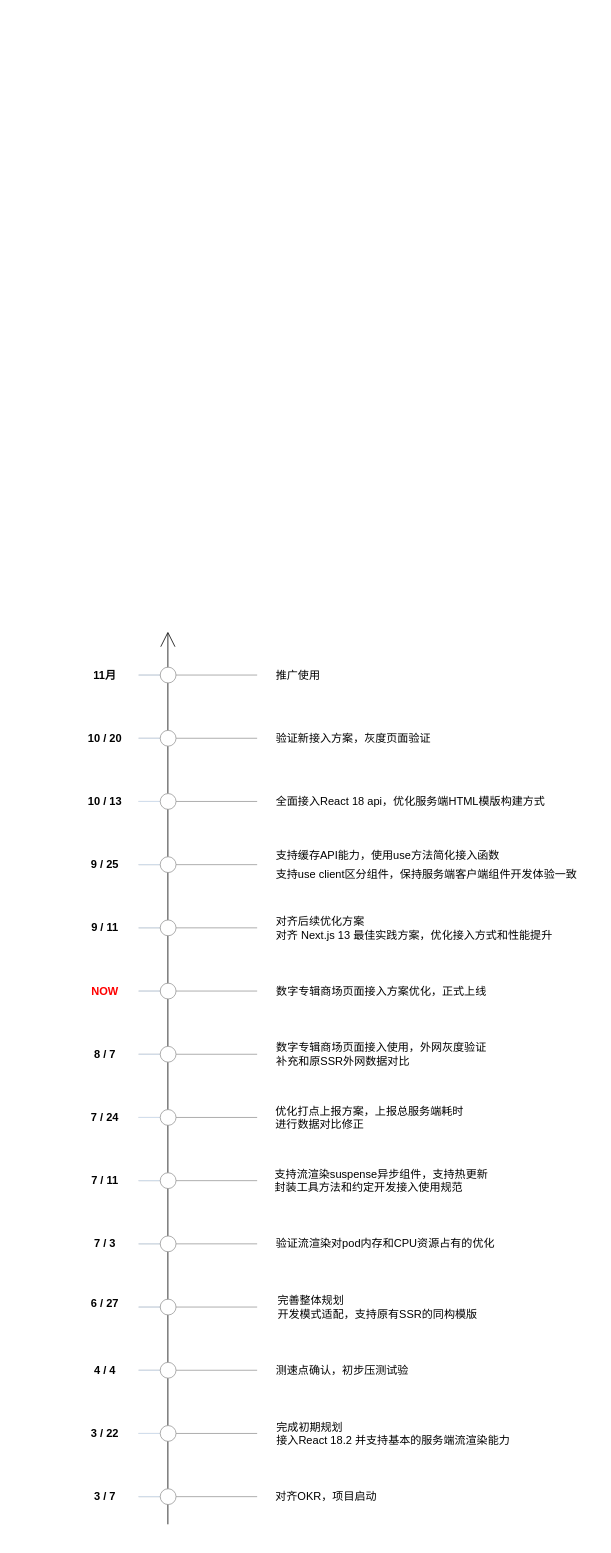
This is 流渲染里程碑.drawio from Alvabill/drawio, a draw.io file, before an edit. Source tidied: cells renumbered, new cells numbered last; positions are measured from the earlier drawing's top-left corner, leaving out a move shared by most shapes. Both pictures are drawn from the tidied source at 79%, with x=0, y=0 at pixel (77, 631).
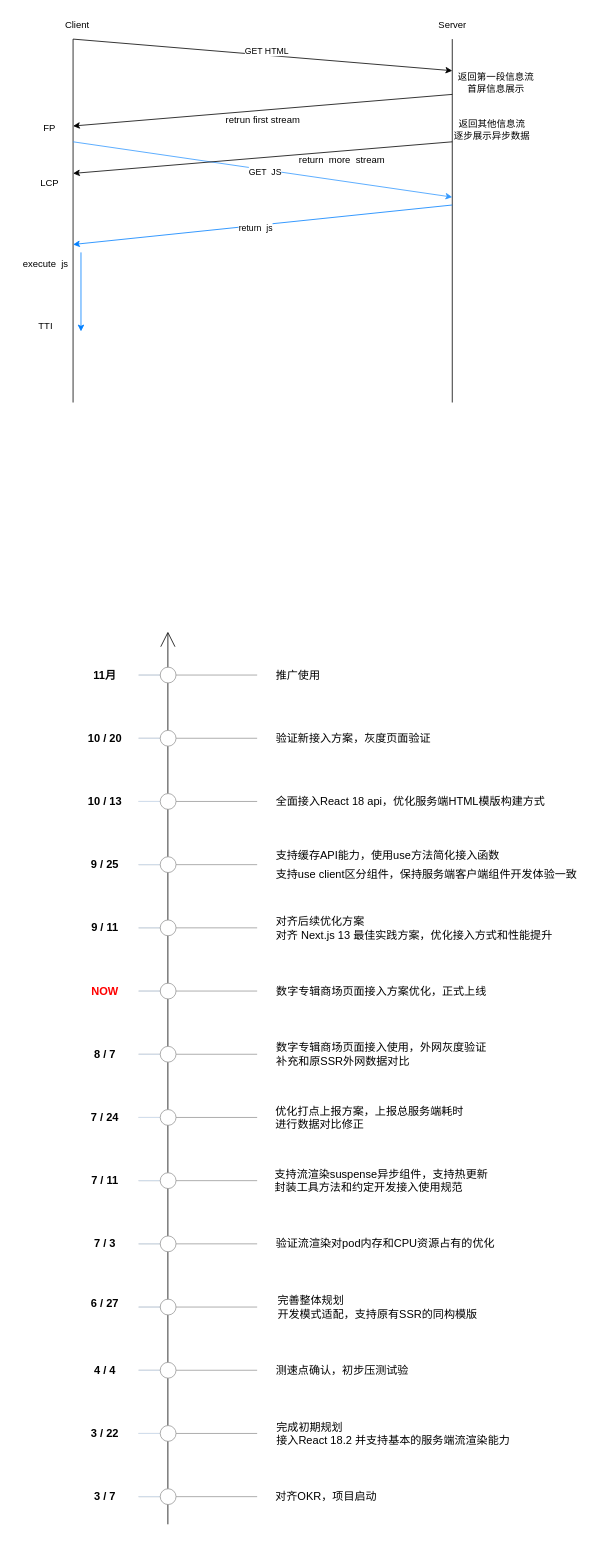
Above is the later version.

Commit message:
更新流渲染里程碑.drawio

Change to the diagram source:
```diff
@@
+    <mxCell id="45" style="endArrow=none;html=1;rounded=0;" parent="1" edge="1">
+      <mxGeometry relative="1" as="geometry">
+        <mxPoint x="475" y="-290" as="sourcePoint" />
+        <mxPoint x="475" y="-750" as="targetPoint" />
+      </mxGeometry>
+    </mxCell>
+    <mxCell id="46" style="endArrow=none;html=1;rounded=0;" parent="1" edge="1">
+      <mxGeometry relative="1" as="geometry">
+        <mxPoint x="-5" y="-290" as="sourcePoint" />
+        <mxPoint x="-5" y="-750" as="targetPoint" />
+      </mxGeometry>
+    </mxCell>
+    <mxCell id="47" value="Client" style="text;html=1;align=center;verticalAlign=middle;strokeColor=none;fillColor=none;" parent="1" vertex="1">
+      <mxGeometry x="-25" y="-782" width="50" height="30" as="geometry" />
+    </mxCell>
+    <mxCell id="48" value="Server" style="text;html=1;align=center;verticalAlign=middle;strokeColor=none;fillColor=none;" parent="1" vertex="1">
+      <mxGeometry x="445" y="-782" width="60" height="30" as="geometry" />
+    </mxCell>
+    <mxCell id="49" style="endArrow=classic;html=1;rounded=0;" parent="1" edge="1">
+      <mxGeometry relative="1" as="geometry">
+        <mxPoint x="-5" y="-750" as="sourcePoint" />
+        <mxPoint x="475" y="-710" as="targetPoint" />
+      </mxGeometry>
+    </mxCell>
+    <mxCell id="50" value="GET HTML" style="edgeLabel;html=1;align=center;verticalAlign=middle;" parent="49" vertex="1">
+      <mxGeometry x="-0.13" y="2" relative="1" as="geometry">
+        <mxPoint x="35" y="-1" as="offset" />
+      </mxGeometry>
+    </mxCell>
+    <mxCell id="51" style="endArrow=classic;html=1;rounded=0;" parent="1" edge="1">
+      <mxGeometry relative="1" as="geometry">
+        <mxPoint x="475" y="-680" as="sourcePoint" />
+        <mxPoint x="-5" y="-640" as="targetPoint" />
+      </mxGeometry>
+    </mxCell>
+    <mxCell id="52" style="endArrow=classic;html=1;rounded=0;strokeColor=#3399FF;" parent="1" edge="1">
+      <mxGeometry relative="1" as="geometry">
+        <mxPoint x="-5" y="-620" as="sourcePoint" />
+        <mxPoint x="475" y="-550" as="targetPoint" />
+      </mxGeometry>
+    </mxCell>
+    <mxCell id="53" value="GET&amp;nbsp; JS" style="edgeLabel;html=1;align=center;verticalAlign=middle;" parent="52" vertex="1">
+      <mxGeometry x="0.01" y="-2" relative="1" as="geometry" />
+    </mxCell>
+    <mxCell id="54" style="endArrow=classic;html=1;rounded=0;" parent="1" edge="1">
+      <mxGeometry relative="1" as="geometry">
+        <mxPoint x="475" y="-620" as="sourcePoint" />
+        <mxPoint x="-5" y="-580" as="targetPoint" />
+      </mxGeometry>
+    </mxCell>
+    <mxCell id="55" style="endArrow=classic;html=1;rounded=0;strokeColor=#007FFF;" parent="1" edge="1">
+      <mxGeometry relative="1" as="geometry">
+        <mxPoint x="475" y="-540" as="sourcePoint" />
+        <mxPoint x="-5" y="-490" as="targetPoint" />
+      </mxGeometry>
+    </mxCell>
+    <mxCell id="56" value="return&amp;nbsp; js" style="edgeLabel;html=1;align=center;verticalAlign=middle;" parent="55" vertex="1">
+      <mxGeometry x="0.04" y="3" relative="1" as="geometry" />
+    </mxCell>
+    <mxCell id="57" value="retrun first stream" style="text;html=1;align=center;verticalAlign=middle;strokeColor=none;fillColor=none;" parent="1" vertex="1">
+      <mxGeometry x="175" y="-662" width="120" height="30" as="geometry" />
+    </mxCell>
+    <mxCell id="58" value="return&amp;nbsp; more&amp;nbsp; stream" style="text;html=1;align=center;verticalAlign=middle;strokeColor=none;fillColor=none;" parent="1" vertex="1">
+      <mxGeometry x="270" y="-612" width="130" height="30" as="geometry" />
+    </mxCell>
+    <mxCell id="59" value="返回第一段信息流&lt;br&gt;首屏信息展示" style="text;html=1;align=center;verticalAlign=middle;strokeColor=none;fillColor=none;" parent="1" vertex="1">
+      <mxGeometry x="470" y="-715" width="120" height="40" as="geometry" />
+    </mxCell>
+    <mxCell id="60" value="返回其他信息流&lt;br&gt;逐步展示异步数据" style="text;html=1;align=center;verticalAlign=middle;strokeColor=none;fillColor=none;" parent="1" vertex="1">
+      <mxGeometry x="465" y="-655" width="120" height="40" as="geometry" />
+    </mxCell>
+    <mxCell id="61" value="FP" style="text;html=1;align=center;verticalAlign=middle;strokeColor=none;fillColor=none;" parent="1" vertex="1">
+      <mxGeometry x="-55" y="-652" width="40" height="30" as="geometry" />
+    </mxCell>
+    <mxCell id="62" value="LCP" style="text;html=1;align=center;verticalAlign=middle;strokeColor=none;fillColor=none;" parent="1" vertex="1">
+      <mxGeometry x="-60" y="-582" width="50" height="30" as="geometry" />
+    </mxCell>
+    <mxCell id="63" value="execute&amp;nbsp; js" style="text;html=1;align=center;verticalAlign=middle;strokeColor=none;fillColor=none;" parent="1" vertex="1">
+      <mxGeometry x="-80" y="-480" width="80" height="30" as="geometry" />
+    </mxCell>
+    <mxCell id="64" style="endArrow=classic;html=1;rounded=0;strokeColor=#007FFF;" parent="1" edge="1">
+      <mxGeometry relative="1" as="geometry">
+        <mxPoint x="5" y="-480" as="sourcePoint" />
+        <mxPoint x="5" y="-380" as="targetPoint" />
+      </mxGeometry>
+    </mxCell>
+    <mxCell id="65" value="TTI" style="text;html=1;align=center;verticalAlign=middle;strokeColor=none;fillColor=none;" parent="1" vertex="1">
+      <mxGeometry x="-60" y="-402" width="40" height="30" as="geometry" />
+    </mxCell>
```
